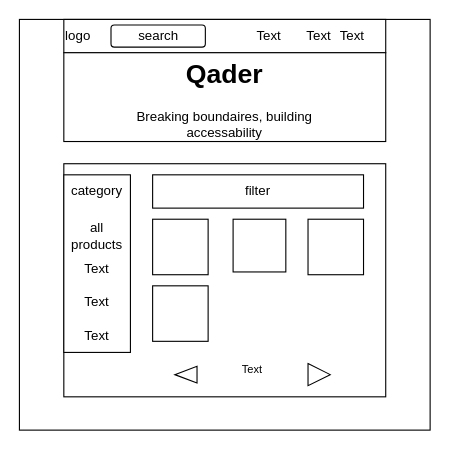
The draw.io diagram public/draw.drawio in MinaEzz/Qader-website, before the edit. Source tidied: cells renumbered, new cells numbered last; positions are measured from the earlier drawing's top-left corner, leaving out a move shared by most shapes. Both pictures are drawn from the tidied source at 111%, with x=0, y=0 at pixel (19, 19).
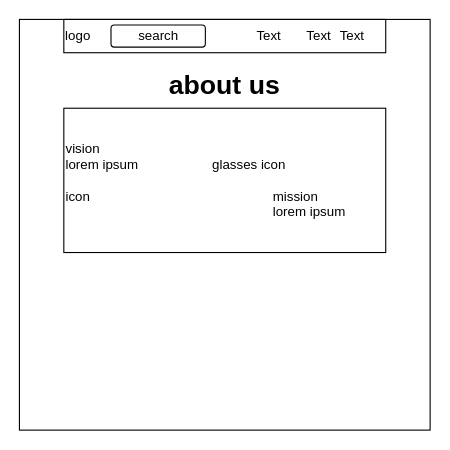
Above is the later version.

Diff of the diagram source:
```diff
@@
-    <mxCell id="4" style="rounded=0;whiteSpace=wrap;html=1;" parent="1" vertex="1">
-      <mxGeometry x="40" y="130" width="290" height="210" as="geometry" />
-    </mxCell>
-    <mxCell id="5" style="rounded=0;whiteSpace=wrap;html=1;" parent="1" vertex="1">
-      <mxGeometry x="40" y="30" width="290" height="80" as="geometry" />
-    </mxCell>
-    <mxCell id="6" style="rounded=0;whiteSpace=wrap;html=1;" parent="1" vertex="1">
-      <mxGeometry x="40" y="140" width="60" height="160" as="geometry" />
-    </mxCell>
-    <mxCell id="7" value="category" style="text;html=1;strokeColor=none;fillColor=none;align=center;verticalAlign=middle;whiteSpace=wrap;rounded=0;" parent="1" vertex="1">
-      <mxGeometry x="40" y="140" width="60" height="30" as="geometry" />
-    </mxCell>
-    <mxCell id="8" value="all products" style="text;html=1;strokeColor=none;fillColor=none;align=center;verticalAlign=middle;whiteSpace=wrap;rounded=0;" parent="1" vertex="1">
-      <mxGeometry x="40" y="180" width="60" height="30" as="geometry" />
-    </mxCell>
-    <mxCell id="9" value="Text" style="text;html=1;strokeColor=none;fillColor=none;align=center;verticalAlign=middle;whiteSpace=wrap;rounded=0;" parent="1" vertex="1">
-      <mxGeometry x="40" y="210" width="60" height="30" as="geometry" />
-    </mxCell>
-    <mxCell id="10" value="Text" style="text;html=1;strokeColor=none;fillColor=none;align=center;verticalAlign=middle;whiteSpace=wrap;rounded=0;" parent="1" vertex="1">
-      <mxGeometry x="40" y="240" width="60" height="30" as="geometry" />
-    </mxCell>
-    <mxCell id="11" value="Text" style="text;html=1;strokeColor=none;fillColor=none;align=center;verticalAlign=middle;whiteSpace=wrap;rounded=0;" parent="1" vertex="1">
-      <mxGeometry x="40" y="270" width="60" height="30" as="geometry" />
-    </mxCell>
-    <mxCell id="12" value="filter" style="rounded=0;whiteSpace=wrap;html=1;" parent="1" vertex="1">
-      <mxGeometry x="120" y="140" width="190" height="30" as="geometry" />
+    <mxCell id="12" value="vision&lt;br&gt;lorem ipsum&amp;nbsp; &amp;nbsp; &amp;nbsp; &amp;nbsp; &amp;nbsp; &amp;nbsp; &amp;nbsp; &amp;nbsp; &amp;nbsp; &amp;nbsp; glasses icon&lt;br&gt;&lt;br&gt;icon&lt;span style=&quot;white-space: pre;&quot;&gt;&#9;&lt;/span&gt;&lt;span style=&quot;white-space: pre;&quot;&gt;&#9;&lt;/span&gt;&lt;span style=&quot;white-space: pre;&quot;&gt;&#9;&lt;/span&gt;&lt;span style=&quot;white-space: pre;&quot;&gt;&#9;&lt;/span&gt;&lt;span style=&quot;white-space: pre;&quot;&gt;&#9;&lt;/span&gt;&lt;span style=&quot;white-space: pre;&quot;&gt;&#9;&lt;/span&gt;&lt;span style=&quot;white-space: pre;&quot;&gt;&#9;&lt;/span&gt;mission&lt;br&gt;&lt;span style=&quot;white-space: pre;&quot;&gt;&#9;&lt;/span&gt;&lt;span style=&quot;white-space: pre;&quot;&gt;&#9;&lt;/span&gt;&lt;span style=&quot;white-space: pre;&quot;&gt;&#9;&lt;/span&gt;&lt;span style=&quot;white-space: pre;&quot;&gt;&#9;&lt;/span&gt;&lt;span style=&quot;white-space: pre;&quot;&gt;&#9;&lt;/span&gt;&lt;span style=&quot;white-space: pre;&quot;&gt;&#9;&lt;/span&gt;&lt;span style=&quot;white-space: pre;&quot;&gt;&#9;&lt;/span&gt;lorem ipsum" style="rounded=0;whiteSpace=wrap;html=1;align=left;" parent="1" vertex="1">
+      <mxGeometry x="40" y="80" width="290" height="130" as="geometry" />
     </mxCell>
@@
-    <mxCell id="16" value="&lt;h1&gt;Qader&lt;/h1&gt;&lt;p&gt;Breaking boundaires, building accessability&lt;/p&gt;" style="text;html=1;strokeColor=none;fillColor=none;spacing=5;spacingTop=-20;whiteSpace=wrap;overflow=hidden;rounded=0;align=center;" parent="1" vertex="1">
-      <mxGeometry x="100" y="30" width="170" height="90" as="geometry" />
+    <mxCell id="16" value="&lt;h1&gt;about us&lt;/h1&gt;" style="text;html=1;strokeColor=none;fillColor=none;spacing=5;spacingTop=-20;whiteSpace=wrap;overflow=hidden;rounded=0;align=center;" parent="1" vertex="1">
+      <mxGeometry x="100" y="40" width="170" height="50" as="geometry" />
     </mxCell>
-    <mxCell id="17" style="whiteSpace=wrap;html=1;fontSize=10;" parent="1" vertex="1">
-      <mxGeometry x="120" y="240" width="50" height="50" as="geometry" />
-    </mxCell>
-    <mxCell id="18" style="whiteSpace=wrap;html=1;fontSize=10;" parent="1" vertex="1">
-      <mxGeometry x="260" y="180" width="50" height="50" as="geometry" />
-    </mxCell>
-    <mxCell id="19" style="whiteSpace=wrap;html=1;fontSize=10;" parent="1" vertex="1">
-      <mxGeometry x="192.5" y="180" width="47.5" height="47.5" as="geometry" />
-    </mxCell>
-    <mxCell id="20" style="whiteSpace=wrap;html=1;fontSize=10;" parent="1" vertex="1">
-      <mxGeometry x="120" y="180" width="50" height="50" as="geometry" />
-    </mxCell>
-    <mxCell id="21" style="triangle;whiteSpace=wrap;html=1;fontSize=10;" parent="1" vertex="1">
-      <mxGeometry x="260" y="310" width="20" height="20" as="geometry" />
-    </mxCell>
-    <mxCell id="22" style="triangle;whiteSpace=wrap;html=1;fontSize=10;rotation=-180;" parent="1" vertex="1">
-      <mxGeometry x="140" y="312.5" width="20" height="15" as="geometry" />
-    </mxCell>
-    <mxCell id="23" value="Text" style="text;html=1;strokeColor=none;fillColor=none;align=center;verticalAlign=middle;whiteSpace=wrap;rounded=0;fontSize=10;" parent="1" vertex="1">
-      <mxGeometry x="180" y="300" width="60" height="30" as="geometry" />
-    </mxCell>
```
